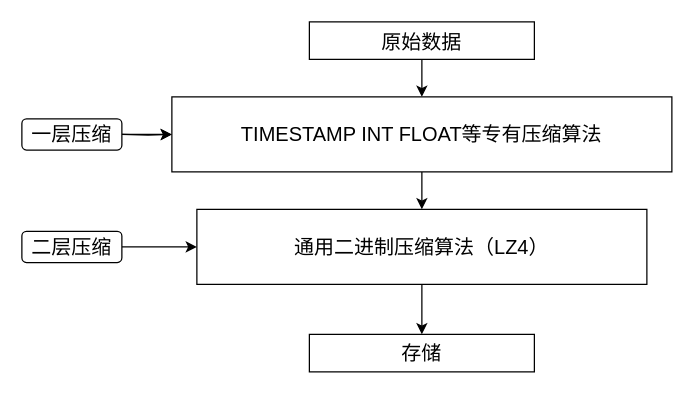
The draw.io diagram 未命名绘图.drawio in yangliufdu/Rdma, before the edit. Source tidied: cells renumbered, new cells numbered last; positions are measured from the earlier drawing's top-left corner, leaving out a move shared by most shapes. Both pictures are drawn from the tidied source at 125%, with x=0, y=0 at pixel (21, 21).
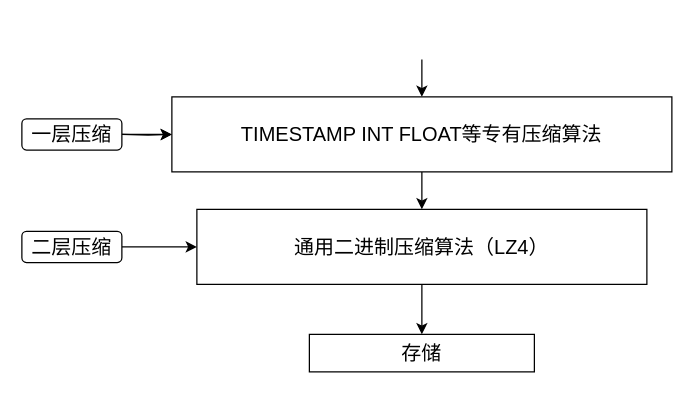
Above is the later version.

Commit message:
更新未命名绘图.drawio

What changed in the source:
```diff
@@
 <mxGraphModel>
   <root>
     <mxCell id="0" />
     <mxCell id="1" parent="0" />
-    <mxCell id="2" style="edgeStyle=orthogonalEdgeStyle;rounded=0;jettySize=auto;html=1;exitX=0.5;exitY=1;exitDx=0;exitDy=0;entryX=0.5;entryY=0;entryDx=0;entryDy=0;fontSize=16;" parent="1" edge="1" source="3" target="5">
-      <mxGeometry relative="1" as="geometry" />
+    <mxCell id="2" style="edgeStyle=orthogonalEdgeStyle;rounded=0;jettySize=auto;html=1;exitX=0.5;exitY=1;exitDx=0;exitDy=0;entryX=0.5;entryY=0;entryDx=0;entryDy=0;fontSize=16;" parent="1" edge="1" target="5">
+      <mxGeometry relative="1" as="geometry">
+        <mxPoint x="320" y="30" as="sourcePoint" />
+      </mxGeometry>
     </mxCell>
-    <mxCell id="3" value="原始数据" style="text;html=1;strokeColor=default;fillColor=none;align=center;verticalAlign=middle;whiteSpace=wrap;rounded=0;fontSize=16;strokeWidth=1;spacingTop=2;spacingBottom=0;" parent="1" vertex="1">
-      <mxGeometry x="230" width="180" height="30" as="geometry" />
-    </mxCell>
     <mxCell id="4" style="edgeStyle=orthogonalEdgeStyle;rounded=0;jettySize=auto;html=1;exitX=0.5;exitY=1;exitDx=0;exitDy=0;entryX=0.5;entryY=0;entryDx=0;entryDy=0;fontSize=16;" parent="1" edge="1" source="5" target="7">
       <mxGeometry relative="1" as="geometry" />
     </mxCell>
     <mxCell id="5" value="&lt;font style=&quot;font-size: 16px;&quot;&gt;TIMESTAMP INT FLOAT等专有压缩算法&lt;/font&gt;" style="rounded=0;whiteSpace=wrap;html=1;" parent="1" vertex="1">
       <mxGeometry x="120" y="60" width="400" height="60" as="geometry" />
     </mxCell>
     <mxCell id="6" style="edgeStyle=orthogonalEdgeStyle;rounded=0;jettySize=auto;html=1;exitX=0.5;exitY=1;exitDx=0;exitDy=0;fontSize=16;" parent="1" edge="1" source="7" target="8">
       <mxGeometry relative="1" as="geometry" />
     </mxCell>
     <mxCell id="7" value="&lt;font style=&quot;font-size: 16px;&quot;&gt;通用二进制压缩算法（LZ4）&lt;/font&gt;" style="rounded=0;whiteSpace=wrap;html=1;" parent="1" vertex="1">
       <mxGeometry x="140" y="150" width="360" height="60" as="geometry" />
     </mxCell>
     <mxCell id="8" value="&lt;font style=&quot;font-size: 16px;&quot;&gt;存储&lt;/font&gt;" style="rounded=0;whiteSpace=wrap;html=1;fontSize=16;" parent="1" vertex="1">
       <mxGeometry x="230" y="250" width="180" height="30" as="geometry" />
     </mxCell>
     <mxCell id="9" style="edgeStyle=orthogonalEdgeStyle;rounded=0;jettySize=auto;html=1;entryX=0;entryY=0.5;entryDx=0;entryDy=0;fontSize=16;" parent="1" edge="1" target="5">
       <mxGeometry relative="1" as="geometry">
         <mxPoint x="80" y="90" as="sourcePoint" />
       </mxGeometry>
     </mxCell>
     <mxCell id="10" style="edgeStyle=orthogonalEdgeStyle;rounded=0;jettySize=auto;html=1;fontSize=16;" parent="1" edge="1" source="11" target="5">
       <mxGeometry relative="1" as="geometry" />
     </mxCell>
     <mxCell id="11" value="&lt;span style=&quot;&quot;&gt;一层压缩&lt;/span&gt;" style="rounded=1;whiteSpace=wrap;html=1;fontSize=16;" parent="1" vertex="1">
       <mxGeometry y="77.5" width="80" height="25" as="geometry" />
     </mxCell>
     <mxCell id="12" style="edgeStyle=orthogonalEdgeStyle;rounded=0;jettySize=auto;html=1;exitX=1;exitY=0.5;exitDx=0;exitDy=0;entryX=0;entryY=0.5;entryDx=0;entryDy=0;fontSize=16;" parent="1" edge="1" source="13" target="7">
       <mxGeometry relative="1" as="geometry" />
     </mxCell>
     <mxCell id="13" value="&lt;span style=&quot;&quot;&gt;二层压缩&lt;/span&gt;" style="rounded=1;whiteSpace=wrap;html=1;fontSize=16;" parent="1" vertex="1">
       <mxGeometry y="167.5" width="80" height="25" as="geometry" />
     </mxCell>
   </root>
 </mxGraphModel>
```
